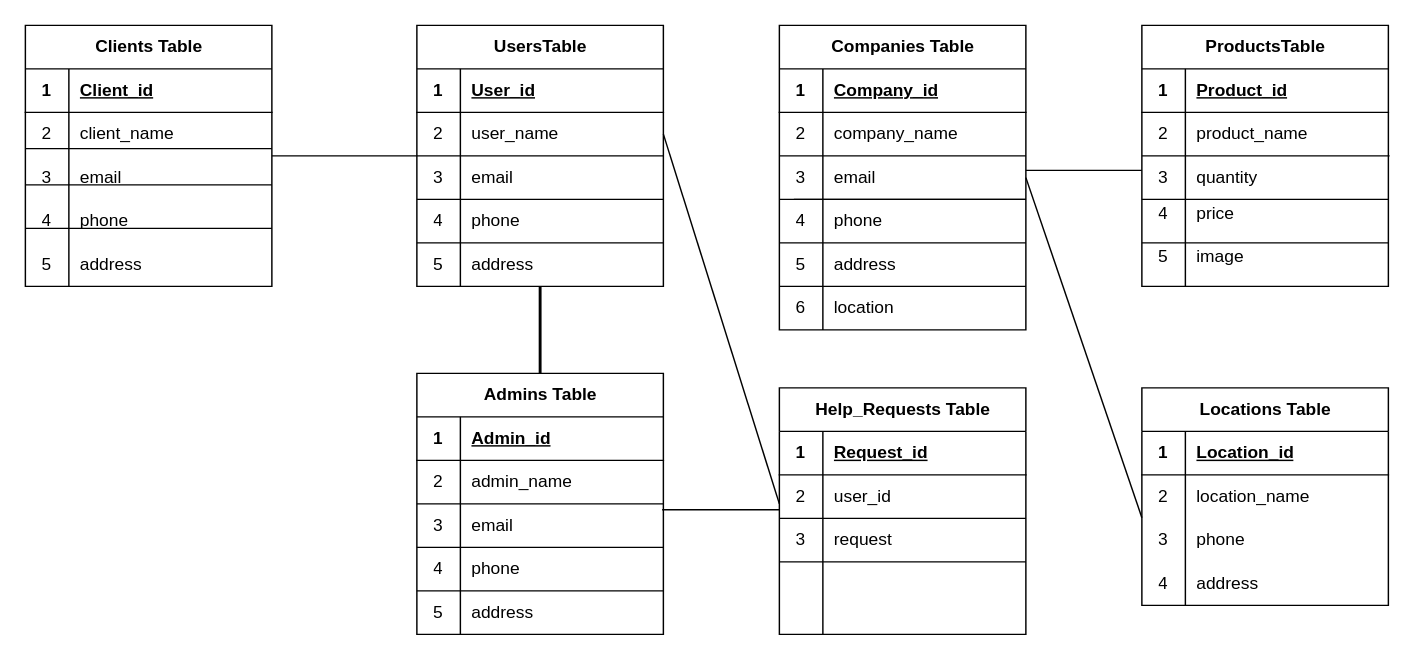
CocaDoU/Team5 keeps this draw.io diagram as Диаграмма без названия.drawio. Above is the earlier version. Source tidied: cells renumbered, new cells numbered last; positions are measured from the earlier drawing's top-left corner, leaving out a move shared by most shapes. Both pictures are drawn from the tidied source at 145%, with x=0, y=0 at pixel (25, 25).
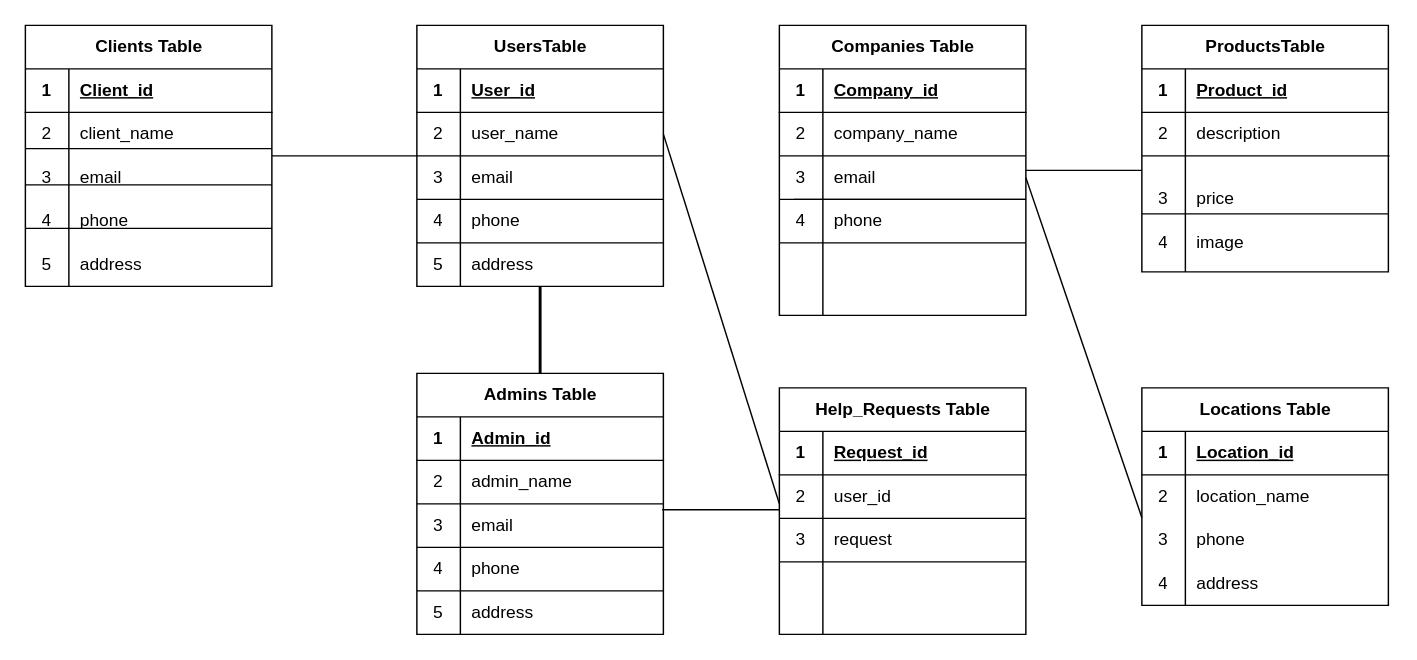
Above is the later version.

Unchanged cells that the change refers to:
```xml
<mxCell id="53" style="shape=tableRow;horizontal=0;startSize=0;swimlaneHead=0;swimlaneBody=0;fillColor=none;top=0;left=0;right=0;bottom=0;" parent="40" vertex="1">
  <mxGeometry y="150" width="170" height="30" as="geometry" />
</mxCell>
<mxCell id="110" style="shape=tableRow;horizontal=0;startSize=0;swimlaneHead=0;swimlaneBody=0;fillColor=none;top=0;left=0;right=0;bottom=0;" parent="106" vertex="1">
  <mxGeometry y="60" width="170" height="30" as="geometry" />
</mxCell>
```

What changed in the source:
```diff
@@
     <mxCell id="40" value="Companies Table" style="shape=table;startSize=30;childLayout=tableLayout;rowLines=0;fontStyle=1;align=center;html=1;" parent="1" vertex="1">
-      <mxGeometry x="520" width="170" height="210" as="geometry" />
+      <mxGeometry x="520" width="170" height="200" as="geometry" />
     </mxCell>
@@
-    <mxCell id="54" value="5" style="shape=partialRectangle;fillColor=none;top=0;left=0;bottom=0;right=0;overflow=hidden;whiteSpace=wrap;html=1;" parent="53" vertex="1">
+    <mxCell id="54" style="shape=partialRectangle;fillColor=none;top=0;left=0;bottom=0;right=0;overflow=hidden;whiteSpace=wrap;html=1;" parent="53" vertex="1">
       <mxGeometry width="30" height="30" as="geometry" />
     </mxCell>
-    <mxCell id="55" value="address" style="shape=partialRectangle;fillColor=none;top=0;left=0;bottom=0;right=0;align=left;spacingLeft=6;overflow=hidden;whiteSpace=wrap;html=1;" parent="53" vertex="1">
+    <mxCell id="55" style="shape=partialRectangle;fillColor=none;top=0;left=0;bottom=0;right=0;align=left;spacingLeft=6;overflow=hidden;whiteSpace=wrap;html=1;" parent="53" vertex="1">
       <mxGeometry x="30" width="140" height="30" as="geometry" />
     </mxCell>
     <mxCell id="56" style="shape=tableRow;horizontal=0;startSize=0;swimlaneHead=0;swimlaneBody=0;fillColor=none;top=0;left=0;right=0;bottom=0;" parent="40" vertex="1">
-      <mxGeometry y="180" width="170" height="30" as="geometry" />
+      <mxGeometry y="180" width="170" height="20" as="geometry" />
     </mxCell>
-    <mxCell id="57" value="6" style="shape=partialRectangle;fillColor=none;top=0;left=0;bottom=0;right=0;overflow=hidden;whiteSpace=wrap;html=1;" parent="56" vertex="1">
-      <mxGeometry width="30" height="30" as="geometry" />
+    <mxCell id="57" style="shape=partialRectangle;fillColor=none;top=0;left=0;bottom=0;right=0;overflow=hidden;whiteSpace=wrap;html=1;" parent="56" vertex="1">
+      <mxGeometry width="30" height="20" as="geometry" />
     </mxCell>
-    <mxCell id="58" value="location" style="shape=partialRectangle;fillColor=none;top=0;left=0;bottom=0;right=0;align=left;spacingLeft=6;overflow=hidden;whiteSpace=wrap;html=1;" parent="56" vertex="1">
-      <mxGeometry x="30" width="140" height="30" as="geometry" />
+    <mxCell id="58" style="shape=partialRectangle;fillColor=none;top=0;left=0;bottom=0;right=0;align=left;spacingLeft=6;overflow=hidden;whiteSpace=wrap;html=1;" parent="56" vertex="1">
+      <mxGeometry x="30" width="140" height="20" as="geometry" />
     </mxCell>
@@
-    <mxCell id="62" style="endArrow=none;html=1;rounded=0;" parent="1" edge="1">
-      <mxGeometry relative="1" as="geometry">
-        <mxPoint x="520" y="180" as="sourcePoint" />
-        <mxPoint x="690" y="180" as="targetPoint" />
-      </mxGeometry>
-    </mxCell>
-    <mxCell id="63" style="html=1;whiteSpace=wrap;align=right;verticalAlign=bottom;" parent="62" vertex="1">
-      <mxGeometry x="1" relative="1" as="geometry" />
-    </mxCell>
@@
     <mxCell id="106" value="ProductsTable" style="shape=table;startSize=30;childLayout=tableLayout;rowLines=0;fontStyle=1;align=center;html=1;" parent="1" vertex="1">
-      <mxGeometry x="770" width="170" height="180" as="geometry" />
+      <mxGeometry x="770" width="170" height="170" as="geometry" />
     </mxCell>
@@
-    <mxCell id="112" value="product_name" style="shape=partialRectangle;fillColor=none;top=0;left=0;bottom=0;right=0;align=left;spacingLeft=6;overflow=hidden;whiteSpace=wrap;html=1;" parent="110" vertex="1">
+    <mxCell id="112" value="description" style="shape=partialRectangle;fillColor=none;top=0;left=0;bottom=0;right=0;align=left;spacingLeft=6;overflow=hidden;whiteSpace=wrap;html=1;" parent="110" vertex="1">
       <mxGeometry x="30" width="140" height="30" as="geometry" />
     </mxCell>
     <mxCell id="113" style="shape=tableRow;horizontal=0;startSize=0;swimlaneHead=0;swimlaneBody=0;fillColor=none;points=[[0,0.5],[1,0.5]];portConstraint=eastwest;top=0;left=0;right=0;bottom=0;" parent="106" vertex="1">
-      <mxGeometry y="90" width="170" height="30" as="geometry" />
+      <mxGeometry y="90" width="170" height="20" as="geometry" />
     </mxCell>
-    <mxCell id="114" value="3" style="shape=partialRectangle;fillColor=none;top=0;left=0;bottom=0;right=0;overflow=hidden;whiteSpace=wrap;html=1;" parent="113" vertex="1">
-      <mxGeometry width="30" height="30" as="geometry" />
+    <mxCell id="114" style="shape=partialRectangle;fillColor=none;top=0;left=0;bottom=0;right=0;overflow=hidden;whiteSpace=wrap;html=1;" parent="113" vertex="1">
+      <mxGeometry width="30" height="20" as="geometry" />
     </mxCell>
-    <mxCell id="115" value="quantity" style="shape=partialRectangle;fillColor=none;top=0;left=0;bottom=0;right=0;align=left;spacingLeft=6;overflow=hidden;whiteSpace=wrap;html=1;" parent="113" vertex="1">
-      <mxGeometry x="30" width="140" height="30" as="geometry" />
+    <mxCell id="115" style="shape=partialRectangle;fillColor=none;top=0;left=0;bottom=0;right=0;align=left;spacingLeft=6;overflow=hidden;whiteSpace=wrap;html=1;" parent="113" vertex="1">
+      <mxGeometry x="30" width="140" height="20" as="geometry" />
     </mxCell>
     <mxCell id="116" style="shape=tableRow;horizontal=0;startSize=0;swimlaneHead=0;swimlaneBody=0;fillColor=none;top=0;left=0;right=0;bottom=0;" parent="106" vertex="1">
-      <mxGeometry y="120" width="170" height="20" as="geometry" />
+      <mxGeometry y="110" width="170" height="20" as="geometry" />
     </mxCell>
-    <mxCell id="117" value="4" style="shape=partialRectangle;fillColor=none;top=0;left=0;bottom=0;right=0;overflow=hidden;whiteSpace=wrap;html=1;" parent="116" vertex="1">
+    <mxCell id="117" value="3" style="shape=partialRectangle;fillColor=none;top=0;left=0;bottom=0;right=0;overflow=hidden;whiteSpace=wrap;html=1;" parent="116" vertex="1">
       <mxGeometry width="30" height="20" as="geometry" />
     </mxCell>
@@
     <mxCell id="119" style="shape=tableRow;horizontal=0;startSize=0;swimlaneHead=0;swimlaneBody=0;fillColor=none;top=0;left=0;right=0;bottom=0;" parent="106" vertex="1">
-      <mxGeometry y="140" width="170" height="40" as="geometry" />
+      <mxGeometry y="130" width="170" height="40" as="geometry" />
     </mxCell>
-    <mxCell id="120" value="5" style="shape=partialRectangle;fillColor=none;top=0;left=0;bottom=0;right=0;overflow=hidden;whiteSpace=wrap;html=1;" parent="119" vertex="1">
+    <mxCell id="120" value="4" style="shape=partialRectangle;fillColor=none;top=0;left=0;bottom=0;right=0;overflow=hidden;whiteSpace=wrap;html=1;" parent="119" vertex="1">
       <mxGeometry width="30" height="40" as="geometry" />
     </mxCell>
@@
-    <mxCell id="124" style="endArrow=none;html=1;rounded=0;fontSize=12;startSize=8;endSize=8;curved=1;" parent="1" edge="1">
-      <mxGeometry relative="1" as="geometry">
-        <mxPoint x="770" y="120" as="sourcePoint" />
-        <mxPoint x="940" y="120" as="targetPoint" />
-      </mxGeometry>
-    </mxCell>
-    <mxCell id="125" style="html=1;whiteSpace=wrap;align=right;verticalAlign=bottom;fontSize=16;" parent="124" vertex="1">
-      <mxGeometry x="1" relative="1" as="geometry" />
-    </mxCell>
     <mxCell id="126" style="endArrow=none;html=1;rounded=0;fontSize=12;startSize=8;endSize=8;curved=1;" parent="1" edge="1">
       <mxGeometry relative="1" as="geometry">
-        <mxPoint x="770" y="150" as="sourcePoint" />
-        <mxPoint x="940" y="150" as="targetPoint" />
+        <mxPoint x="770" y="130" as="sourcePoint" />
+        <mxPoint x="940" y="130" as="targetPoint" />
       </mxGeometry>
     </mxCell>
```
